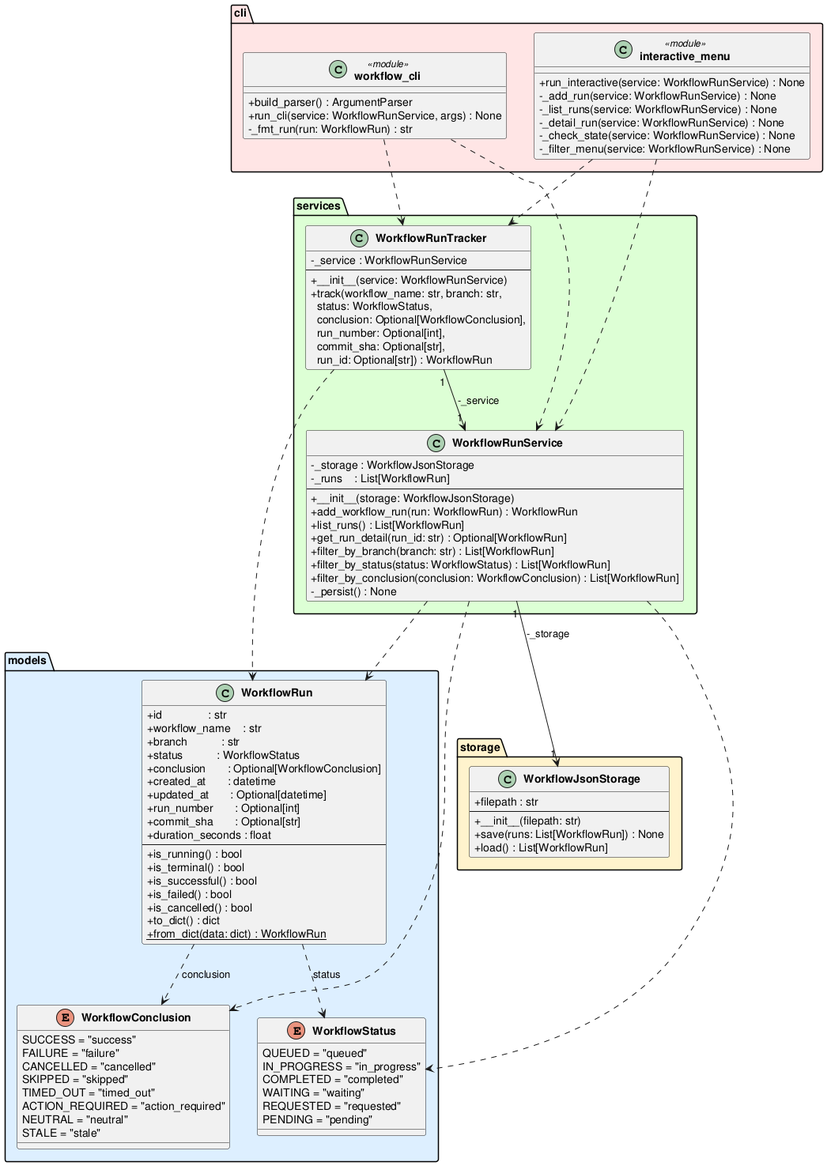
This is experiments/broadcast/user_stories/github-workflow-manager/artifacts/class_diagram.png from DanielRiha8906/Software_autoevolution_using_agents, a PlantUML export, as it was before one commit.
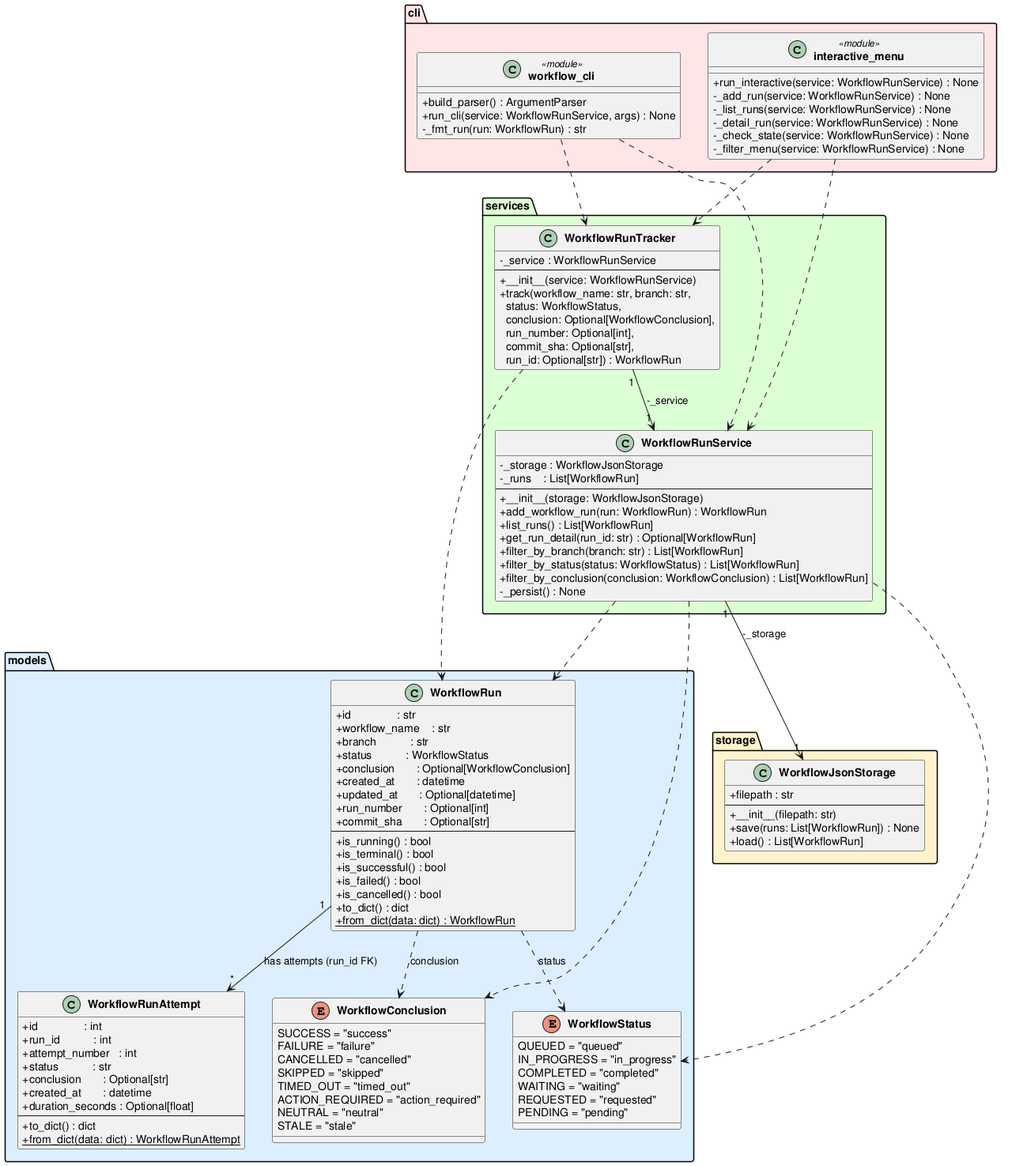
Above is the later version.

What changed in the source:
```diff
@@ -34,7 +34,6 @@
         +updated_at       : Optional[datetime]
         +run_number       : Optional[int]
         +commit_sha       : Optional[str]
-        +duration_seconds : float
         --
         +is_running() : bool
         +is_terminal() : bool
@@ -43,6 +42,19 @@
         +is_cancelled() : bool
         +to_dict() : dict
         +{static} from_dict(data: dict) : WorkflowRun
+    }
+
+    class WorkflowRunAttempt {
+        +id               : int
+        +run_id           : int
+        +attempt_number   : int
+        +status           : str
+        +conclusion       : Optional[str]
+        +created_at       : datetime
+        +duration_seconds : Optional[float]
+        --
+        +to_dict() : dict
+        +{static} from_dict(data: dict) : WorkflowRunAttempt
     }
 }
 
@@ -98,6 +110,7 @@
 
 WorkflowRun                ..>  WorkflowStatus        : status
 WorkflowRun                ..>  WorkflowConclusion    : conclusion
+WorkflowRun            "1" --> "*" WorkflowRunAttempt   : has attempts (run_id FK)
 WorkflowRunService    "1" --> "1" WorkflowJsonStorage : -_storage
 WorkflowRunService         ..>  WorkflowRun
 WorkflowRunService         ..>  WorkflowStatus
```
